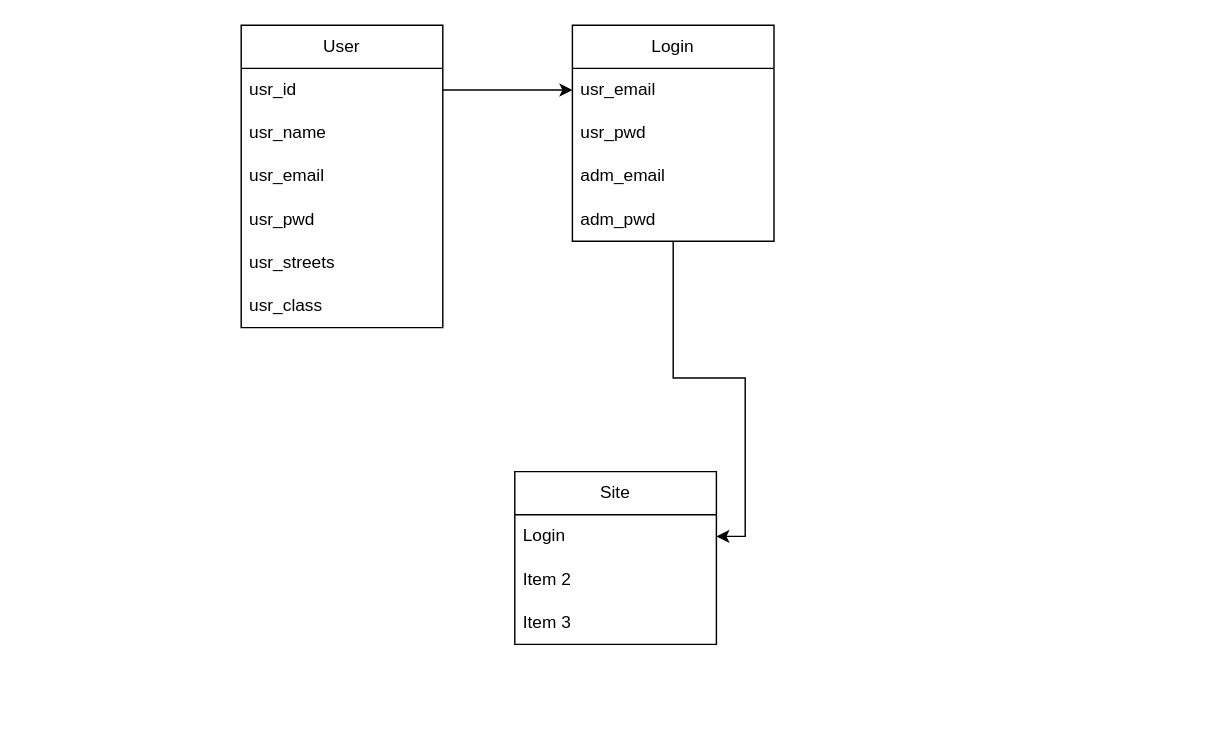
Above: Diagrama sem nome.drawio in aleciobr/lipom (draw.io), before the change. Source tidied: cells renumbered, new cells numbered last; positions are measured from the earlier drawing's top-left corner, leaving out a move shared by most shapes. Both pictures are drawn from the tidied source at 144%, with x=0, y=0 at pixel (240, 24).
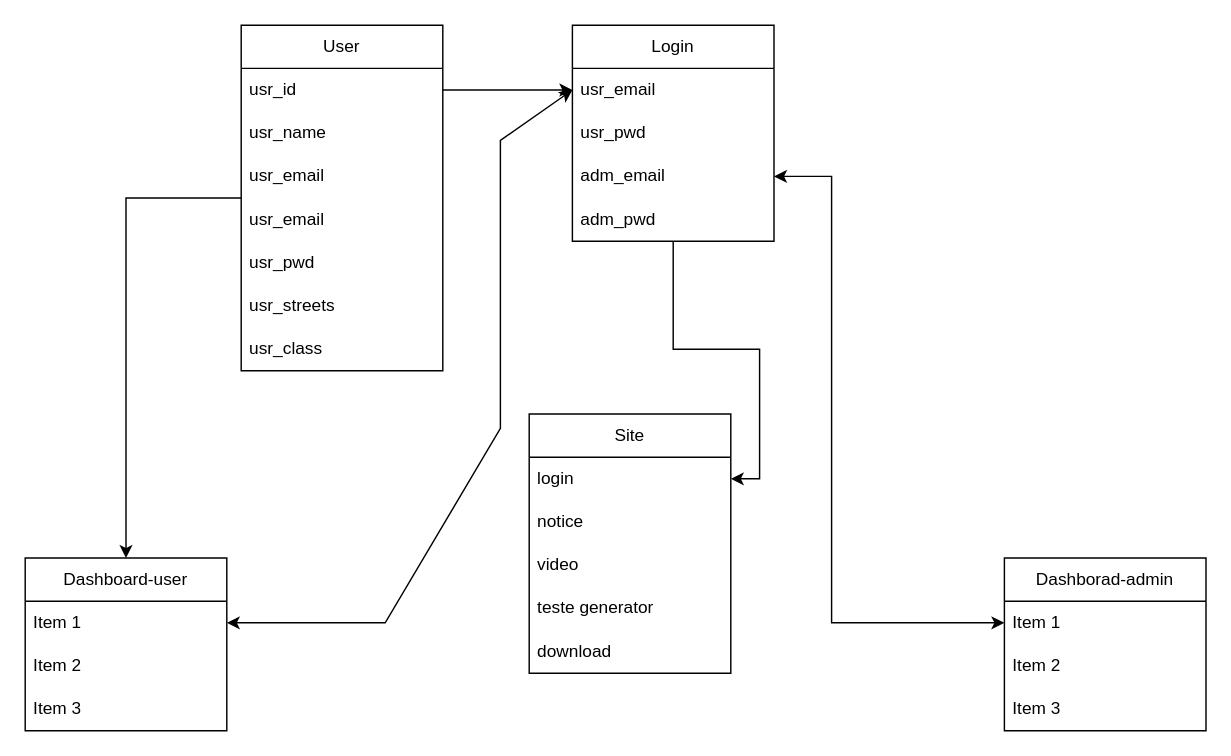
The same diagram, later.

The change refers to these unchanged cells:
```xml
<mxCell id="11" value="usr_email" style="text;strokeColor=none;fillColor=none;align=left;verticalAlign=middle;spacingLeft=4;spacingRight=4;overflow=hidden;points=[[0,0.5],[1,0.5]];portConstraint=eastwest;whiteSpace=wrap;html=1;" parent="10" vertex="1">
  <mxGeometry y="30" width="140" height="30" as="geometry" />
</mxCell>
<mxCell id="13" value="adm_email" style="text;strokeColor=none;fillColor=none;align=left;verticalAlign=middle;spacingLeft=4;spacingRight=4;overflow=hidden;points=[[0,0.5],[1,0.5]];portConstraint=eastwest;whiteSpace=wrap;html=1;" parent="10" vertex="1">
  <mxGeometry y="90" width="140" height="30" as="geometry" />
</mxCell>
```

The edit, as a diff of the source:
```diff
@@
+    <mxCell id="20" style="edgeStyle=orthogonalEdgeStyle;rounded=0;jettySize=auto;html=1;entryX=0.5;entryY=0;entryDx=0;entryDy=0;" parent="1" edge="1" source="2" target="24">
+      <mxGeometry relative="1" as="geometry" />
+    </mxCell>
     <mxCell id="2" value="User" style="swimlane;fontStyle=0;horizontal=1;startSize=30;whiteSpace=wrap;html=1;" parent="1" vertex="1">
-      <mxGeometry width="140" height="210" as="geometry" />
+      <mxGeometry width="140" height="240" as="geometry" />
     </mxCell>
@@
+    <mxCell id="21" value="usr_email" style="text;strokeColor=none;fillColor=none;align=left;verticalAlign=middle;spacingLeft=4;spacingRight=4;overflow=hidden;whiteSpace=wrap;html=1;" parent="2" vertex="1">
+      <mxGeometry y="90" width="140" height="30" as="geometry" />
+    </mxCell>
     <mxCell id="5" value="usr_email" style="text;strokeColor=none;fillColor=none;align=left;verticalAlign=middle;spacingLeft=4;spacingRight=4;overflow=hidden;whiteSpace=wrap;html=1;" parent="2" vertex="1">
-      <mxGeometry y="90" width="140" height="30" as="geometry" />
+      <mxGeometry y="120" width="140" height="30" as="geometry" />
     </mxCell>
     <mxCell id="6" value="usr_pwd" style="text;strokeColor=none;fillColor=none;align=left;verticalAlign=middle;spacingLeft=4;spacingRight=4;overflow=hidden;whiteSpace=wrap;html=1;" parent="2" vertex="1">
-      <mxGeometry y="120" width="140" height="30" as="geometry" />
+      <mxGeometry y="150" width="140" height="30" as="geometry" />
     </mxCell>
     <mxCell id="7" value="usr_streets" style="text;strokeColor=none;fillColor=none;align=left;verticalAlign=middle;spacingLeft=4;spacingRight=4;overflow=hidden;whiteSpace=wrap;html=1;" parent="2" vertex="1">
-      <mxGeometry y="150" width="140" height="30" as="geometry" />
+      <mxGeometry y="180" width="140" height="30" as="geometry" />
     </mxCell>
     <mxCell id="8" value="usr_class" style="text;strokeColor=none;fillColor=none;align=left;verticalAlign=middle;spacingLeft=4;spacingRight=4;overflow=hidden;whiteSpace=wrap;html=1;" parent="2" vertex="1">
-      <mxGeometry y="180" width="140" height="30" as="geometry" />
+      <mxGeometry y="210" width="140" height="30" as="geometry" />
     </mxCell>
@@
     <mxCell id="16" value="Site" style="swimlane;fontStyle=0;horizontal=1;startSize=30;whiteSpace=wrap;html=1;" parent="1" vertex="1">
-      <mxGeometry x="190" y="310" width="140" height="120" as="geometry" />
+      <mxGeometry x="200" y="270" width="140" height="180" as="geometry" />
     </mxCell>
-    <mxCell id="17" value="Login" style="text;strokeColor=none;fillColor=none;align=left;verticalAlign=middle;spacingLeft=4;spacingRight=4;overflow=hidden;points=[[0,0.5],[1,0.5]];portConstraint=eastwest;whiteSpace=wrap;html=1;" parent="16" vertex="1">
+    <mxCell id="17" value="login" style="text;strokeColor=none;fillColor=none;align=left;verticalAlign=middle;spacingLeft=4;spacingRight=4;overflow=hidden;points=[[0,0.5],[1,0.5]];portConstraint=eastwest;whiteSpace=wrap;html=1;" parent="16" vertex="1">
       <mxGeometry y="30" width="140" height="30" as="geometry" />
     </mxCell>
+    <mxCell id="19" value="notice" style="text;strokeColor=none;fillColor=none;align=left;verticalAlign=middle;spacingLeft=4;spacingRight=4;overflow=hidden;whiteSpace=wrap;html=1;" parent="16" vertex="1">
+      <mxGeometry y="60" width="140" height="30" as="geometry" />
+    </mxCell>
-    <mxCell id="18" value="Item 2" style="text;strokeColor=none;fillColor=none;align=left;verticalAlign=middle;spacingLeft=4;spacingRight=4;overflow=hidden;whiteSpace=wrap;html=1;" parent="16" vertex="1">
-      <mxGeometry y="60" width="140" height="30" as="geometry" />
+    <mxCell id="18" value="video" style="text;strokeColor=none;fillColor=none;align=left;verticalAlign=middle;spacingLeft=4;spacingRight=4;overflow=hidden;whiteSpace=wrap;html=1;" parent="16" vertex="1">
+      <mxGeometry y="90" width="140" height="30" as="geometry" />
     </mxCell>
-    <mxCell id="19" value="Item 3" style="text;strokeColor=none;fillColor=none;align=left;verticalAlign=middle;spacingLeft=4;spacingRight=4;overflow=hidden;whiteSpace=wrap;html=1;" parent="16" vertex="1">
-      <mxGeometry y="90" width="140" height="30" as="geometry" />
-    </mxCell>
+    <mxCell id="22" value="teste generator" style="text;strokeColor=none;fillColor=none;align=left;verticalAlign=middle;spacingLeft=4;spacingRight=4;overflow=hidden;whiteSpace=wrap;html=1;" parent="16" vertex="1">
+      <mxGeometry y="120" width="140" height="30" as="geometry" />
+    </mxCell>
+    <mxCell id="23" value="download" style="text;strokeColor=none;fillColor=none;align=left;verticalAlign=middle;spacingLeft=4;spacingRight=4;overflow=hidden;whiteSpace=wrap;html=1;" parent="16" vertex="1">
+      <mxGeometry y="150" width="140" height="30" as="geometry" />
+    </mxCell>
+    <mxCell id="24" value="Dashboard-user" style="swimlane;fontStyle=0;horizontal=1;startSize=30;whiteSpace=wrap;html=1;" parent="1" vertex="1">
+      <mxGeometry x="-150" y="370" width="140" height="120" as="geometry" />
+    </mxCell>
+    <mxCell id="25" value="Item 1" style="text;strokeColor=none;fillColor=none;align=left;verticalAlign=middle;spacingLeft=4;spacingRight=4;overflow=hidden;points=[[0,0.5],[1,0.5]];portConstraint=eastwest;whiteSpace=wrap;html=1;" parent="24" vertex="1">
+      <mxGeometry y="30" width="140" height="30" as="geometry" />
+    </mxCell>
+    <mxCell id="26" value="Item 2" style="text;strokeColor=none;fillColor=none;align=left;verticalAlign=middle;spacingLeft=4;spacingRight=4;overflow=hidden;whiteSpace=wrap;html=1;" parent="24" vertex="1">
+      <mxGeometry y="60" width="140" height="30" as="geometry" />
+    </mxCell>
+    <mxCell id="27" value="Item 3" style="text;strokeColor=none;fillColor=none;align=left;verticalAlign=middle;spacingLeft=4;spacingRight=4;overflow=hidden;whiteSpace=wrap;html=1;" parent="24" vertex="1">
+      <mxGeometry y="90" width="140" height="30" as="geometry" />
+    </mxCell>
+    <mxCell id="28" value="Dashborad-admin" style="swimlane;fontStyle=0;horizontal=1;startSize=30;whiteSpace=wrap;html=1;" parent="1" vertex="1">
+      <mxGeometry x="530" y="370" width="140" height="120" as="geometry" />
+    </mxCell>
+    <mxCell id="29" value="Item 1" style="text;strokeColor=none;fillColor=none;align=left;verticalAlign=middle;spacingLeft=4;spacingRight=4;overflow=hidden;points=[[0,0.5],[1,0.5]];portConstraint=eastwest;whiteSpace=wrap;html=1;" parent="28" vertex="1">
+      <mxGeometry y="30" width="140" height="30" as="geometry" />
+    </mxCell>
+    <mxCell id="30" value="Item 2" style="text;strokeColor=none;fillColor=none;align=left;verticalAlign=middle;spacingLeft=4;spacingRight=4;overflow=hidden;whiteSpace=wrap;html=1;" parent="28" vertex="1">
+      <mxGeometry y="60" width="140" height="30" as="geometry" />
+    </mxCell>
+    <mxCell id="31" value="Item 3" style="text;strokeColor=none;fillColor=none;align=left;verticalAlign=middle;spacingLeft=4;spacingRight=4;overflow=hidden;whiteSpace=wrap;html=1;" parent="28" vertex="1">
+      <mxGeometry y="90" width="140" height="30" as="geometry" />
+    </mxCell>
+    <mxCell id="32" style="endArrow=classic;startArrow=classic;html=1;rounded=0;exitX=1;exitY=0.5;exitDx=0;exitDy=0;entryX=0;entryY=0.5;entryDx=0;entryDy=0;" parent="1" edge="1" source="25" target="11">
+      <mxGeometry relative="1" as="geometry">
+        <Array as="points">
+          <mxPoint x="100" y="415" />
+          <mxPoint x="180" y="280" />
+          <mxPoint x="180" y="80" />
+        </Array>
+      </mxGeometry>
+    </mxCell>
+    <mxCell id="33" style="endArrow=classic;startArrow=classic;html=1;rounded=0;exitX=1;exitY=0.5;exitDx=0;exitDy=0;entryX=0;entryY=0.5;entryDx=0;entryDy=0;" parent="1" edge="1" source="13" target="29">
+      <mxGeometry relative="1" as="geometry">
+        <Array as="points">
+          <mxPoint x="410" y="105" />
+          <mxPoint x="410" y="415" />
+        </Array>
+      </mxGeometry>
+    </mxCell>
```
